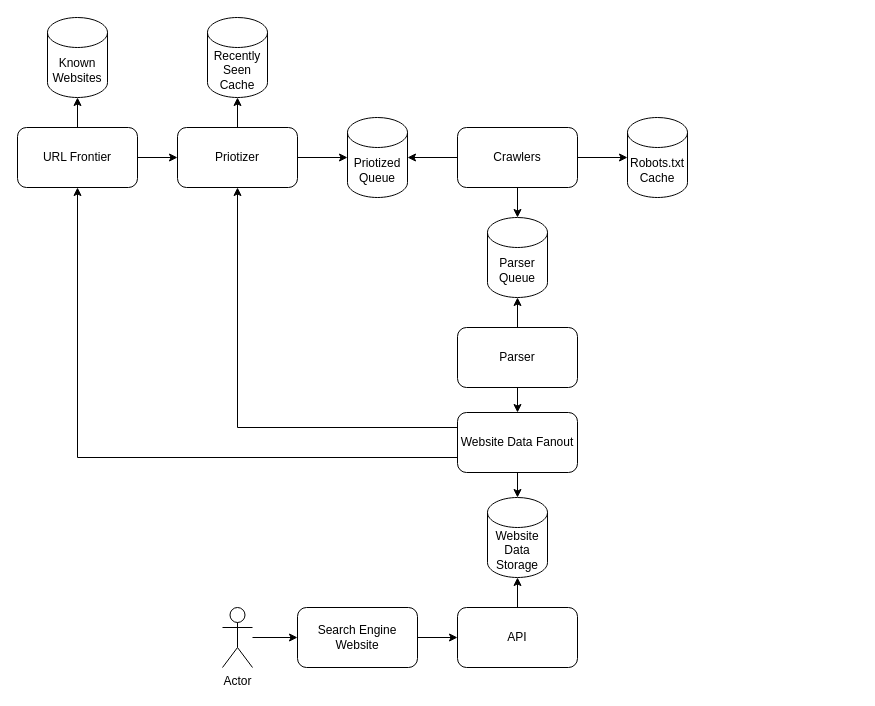
Earlier version of the draw.io diagram search-engine-architecture.drawio (thothent/Diagrams). Source tidied: cells renumbered, new cells numbered last; positions are measured from the earlier drawing's top-left corner, leaving out a move shared by most shapes. Both pictures are drawn from the tidied source at 100%, with x=0, y=0 at pixel (17, 17).
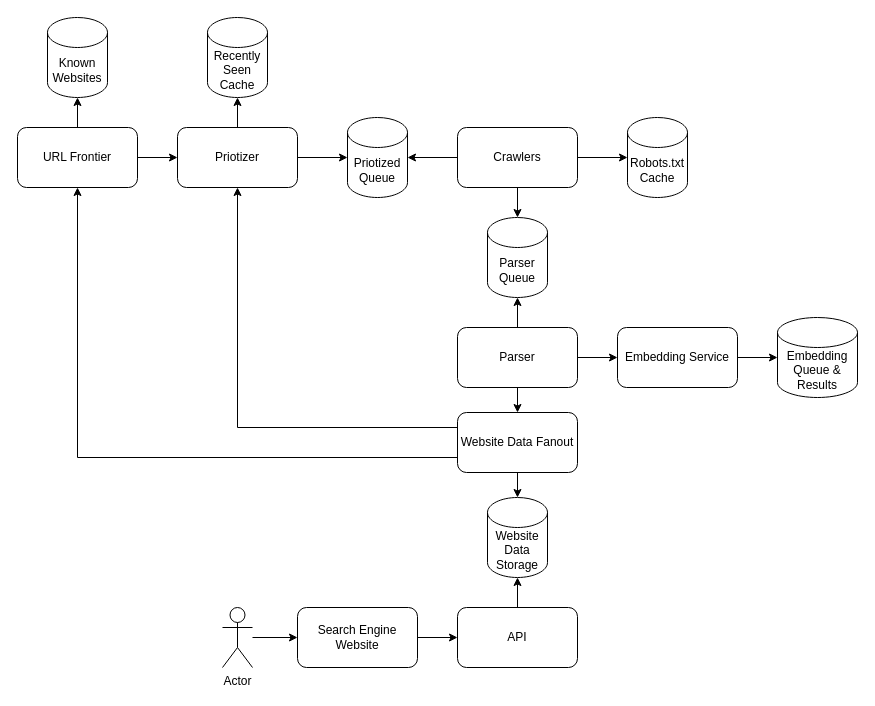
The same diagram, later.

Commit message:
added embedding service

Unchanged cells that the change refers to:
```xml
<mxCell id="12" value="Parser" style="rounded=1;whiteSpace=wrap;html=1;" parent="1" vertex="1">
  <mxGeometry x="440" y="310" width="120" height="60" as="geometry" />
</mxCell>
```

Change to the diagram source:
```diff
@@
+    <mxCell id="31" style="edgeStyle=orthogonalEdgeStyle;rounded=0;jettySize=auto;html=1;entryX=0;entryY=0.5;entryDx=0;entryDy=0;" parent="1" edge="1" source="12" target="32">
+      <mxGeometry relative="1" as="geometry" />
+    </mxCell>
@@
+    <mxCell id="32" value="Embedding Service" style="rounded=1;whiteSpace=wrap;html=1;" parent="1" vertex="1">
+      <mxGeometry x="600" y="310" width="120" height="60" as="geometry" />
+    </mxCell>
+    <mxCell id="33" value="Embedding&lt;div&gt;Queue &amp;amp; Results&lt;/div&gt;" style="shape=cylinder3;whiteSpace=wrap;html=1;boundedLbl=1;backgroundOutline=1;size=15;" parent="1" vertex="1">
+      <mxGeometry x="760" y="300" width="80" height="80" as="geometry" />
+    </mxCell>
+    <mxCell id="34" style="edgeStyle=orthogonalEdgeStyle;rounded=0;jettySize=auto;html=1;exitX=1;exitY=0.5;exitDx=0;exitDy=0;entryX=0;entryY=0.5;entryDx=0;entryDy=0;entryPerimeter=0;" parent="1" edge="1" source="32" target="33">
+      <mxGeometry relative="1" as="geometry" />
+    </mxCell>
```
